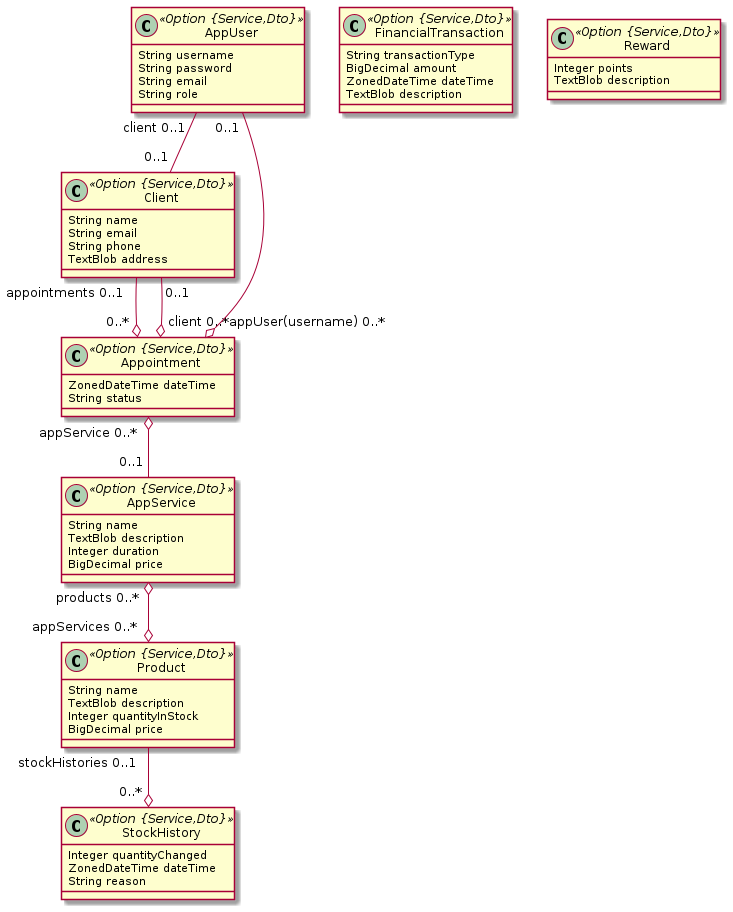
fabriciocs/appsalonmng keeps this PlantUML diagram as entities.png. Above is the earlier version.
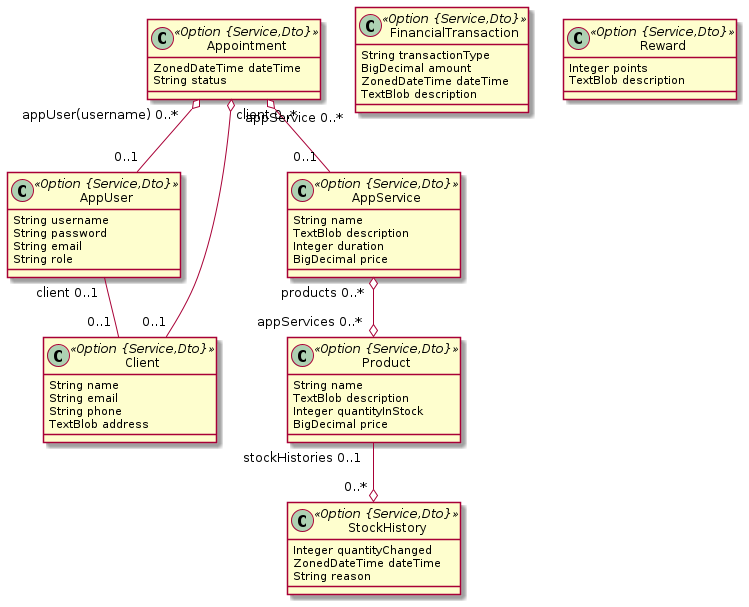
After the commit.

The edit, as a diff of the source:
```diff
@@ -47,7 +47,6 @@
 	Appointment  "client 0..* " o-- "0..1 "  Client
 	Appointment  "appService 0..* " o-- "0..1 "  AppService
 	Appointment  "appUser(username) 0..* " o-- "0..1 "  AppUser
-	Client  "appointments 0..1 " --o "0..* "  Appointment
 	Product  "stockHistories 0..1 " --o "0..* "  StockHistory
 	AppService  "products 0..* " o--o "appServices 0..* "  Product
 @enduml
```
